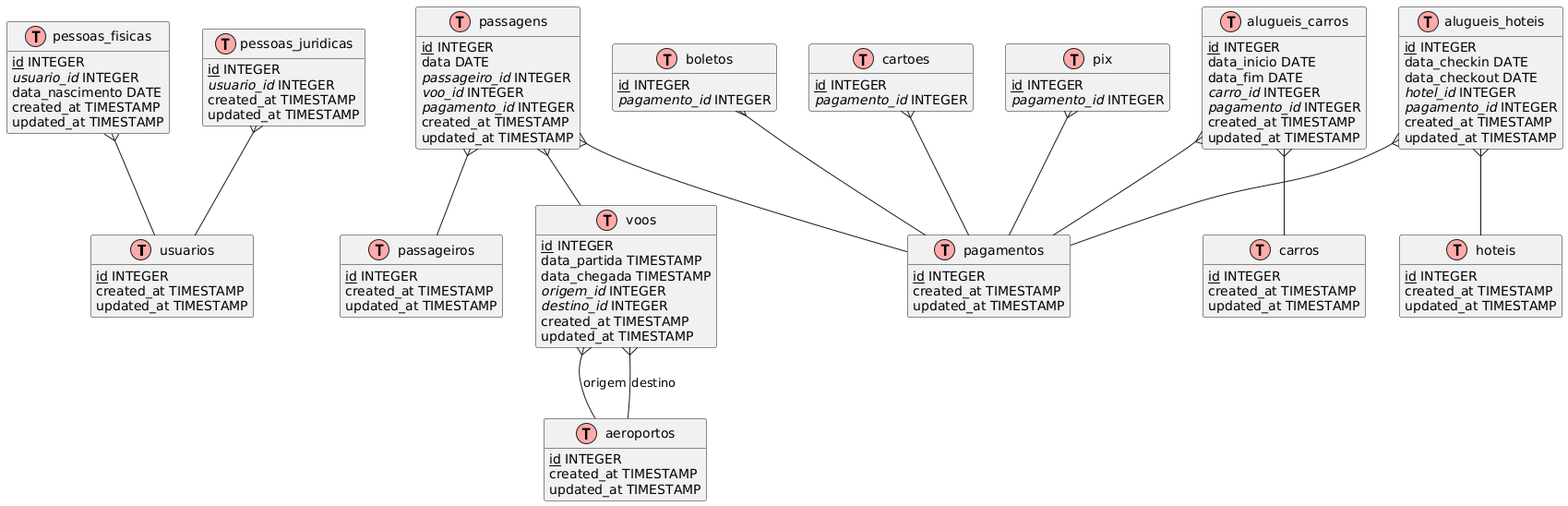
FauseSkyWalker/TPPE keeps this PlantUML diagram as Documentação/Fisico.png. Above is the earlier version. The source it was exported from:
```plantuml
@startuml
!define table(x) class x << (T,#FFAAAA) >>
!define primary_key(x) <u>x</u>
!define foreign_key(x) <i>x</i>

hide methods
hide stereotypes

table(usuarios) {
  primary_key(id) INTEGER
  nome VARCHAR(100)
  email VARCHAR(100)
  senha VARCHAR(100)
  created_at TIMESTAMP
  updated_at TIMESTAMP
}

table(pessoas_fisicas) {
  primary_key(id) INTEGER
  foreign_key(usuario_id) INTEGER
  cpf VARCHAR(11)
  data_nascimento DATE
  created_at TIMESTAMP
  updated_at TIMESTAMP
}

table(pessoas_juridicas) {
  primary_key(id) INTEGER
  foreign_key(usuario_id) INTEGER
  cnpj VARCHAR(14)
  razao_social VARCHAR(200)
  created_at TIMESTAMP
  updated_at TIMESTAMP
}

table(passageiros) {
  primary_key(id) INTEGER
  nome VARCHAR(100)
  documento VARCHAR(20)
  tipo_passageiro VARCHAR(10)
  created_at TIMESTAMP
  updated_at TIMESTAMP
}

table(aeroportos) {
  primary_key(id) INTEGER
  codigo VARCHAR(3)
  nome VARCHAR(100)
  cidade VARCHAR(100)
  created_at TIMESTAMP
  updated_at TIMESTAMP
}

table(voos) {
  primary_key(id) INTEGER
  numero VARCHAR(10)
  data_partida TIMESTAMP
  data_chegada TIMESTAMP
  foreign_key(origem_id) INTEGER
  foreign_key(destino_id) INTEGER
  created_at TIMESTAMP
  updated_at TIMESTAMP
}

table(passagens) {
  primary_key(id) INTEGER
  numero VARCHAR(20)
  valor DECIMAL(10,2)
  data DATE
  foreign_key(passageiro_id) INTEGER
  foreign_key(voo_id) INTEGER
  foreign_key(pagamento_id) INTEGER
  created_at TIMESTAMP
  updated_at TIMESTAMP
}

table(pagamentos) {
  primary_key(id) INTEGER
  valor DECIMAL(10,2)
  status VARCHAR(20)
  tipo VARCHAR(10)
  created_at TIMESTAMP
  updated_at TIMESTAMP
}

table(boletos) {
  primary_key(id) INTEGER
  foreign_key(pagamento_id) INTEGER
  codigo_barras VARCHAR(48)
}

table(cartoes) {
  primary_key(id) INTEGER
  foreign_key(pagamento_id) INTEGER
  numero VARCHAR(16)
  validade VARCHAR(7)
  cvv VARCHAR(3)
}

table(pix) {
  primary_key(id) INTEGER
  foreign_key(pagamento_id) INTEGER
  chave VARCHAR(100)
}

table(carros) {
  primary_key(id) INTEGER
  modelo VARCHAR(100)
  placa VARCHAR(7)
  valor_diaria DECIMAL(10,2)
  created_at TIMESTAMP
  updated_at TIMESTAMP
}

table(hoteis) {
  primary_key(id) INTEGER
  nome VARCHAR(100)
  endereco VARCHAR(200)
  valor_diaria DECIMAL(10,2)
  created_at TIMESTAMP
  updated_at TIMESTAMP
}

table(alugueis_carros) {
  primary_key(id) INTEGER
  data_inicio DATE
  data_fim DATE
  valor DECIMAL(10,2)
  foreign_key(carro_id) INTEGER
  foreign_key(pagamento_id) INTEGER
  created_at TIMESTAMP
  updated_at TIMESTAMP
}

table(alugueis_hoteis) {
  primary_key(id) INTEGER
  data_checkin DATE
  data_checkout DATE
  valor DECIMAL(10,2)
  foreign_key(hotel_id) INTEGER
  foreign_key(pagamento_id) INTEGER
  created_at TIMESTAMP
  updated_at TIMESTAMP
}

pessoas_fisicas }-- usuarios
pessoas_juridicas }-- usuarios

passagens }-- passageiros
passagens }-- voos
passagens }-- pagamentos

voos }-- aeroportos : origem
voos }-- aeroportos : destino

boletos }-- pagamentos
cartoes }-- pagamentos
pix }-- pagamentos

alugueis_carros }-- carros
alugueis_carros }-- pagamentos

alugueis_hoteis }-- hoteis
alugueis_hoteis }-- pagamentos
@enduml
```
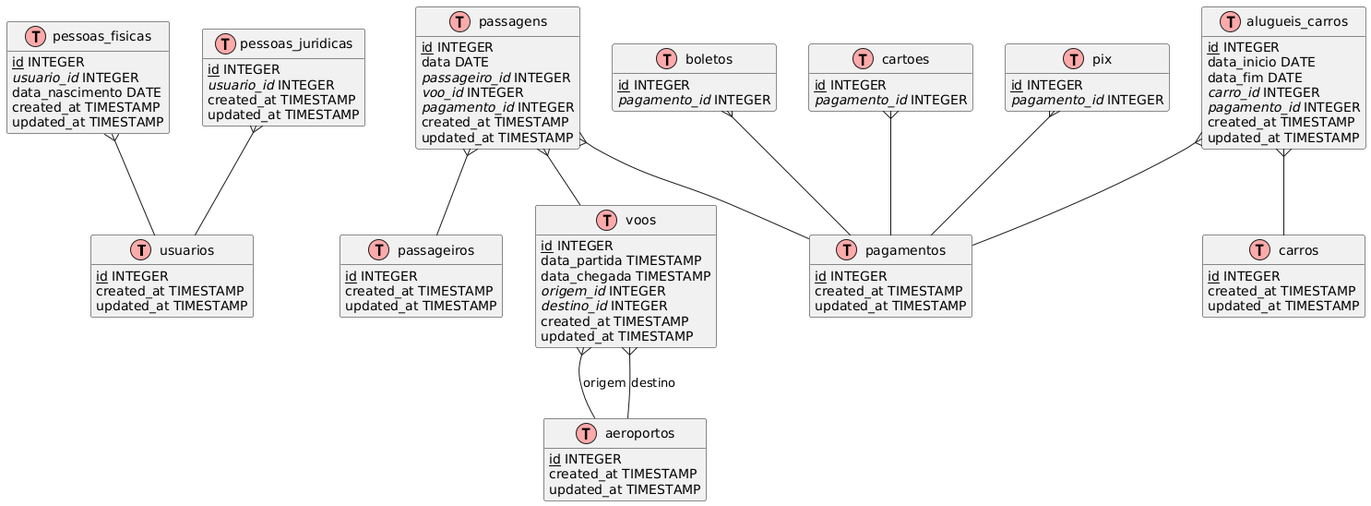
The same file after the commit.

Commit message:
Docs(Diagramas):Organizando documentação

What changed in the source:
```diff
@@ -112,32 +112,12 @@
   updated_at TIMESTAMP
 }
 
-table(hoteis) {
-  primary_key(id) INTEGER
-  nome VARCHAR(100)
-  endereco VARCHAR(200)
-  valor_diaria DECIMAL(10,2)
-  created_at TIMESTAMP
-  updated_at TIMESTAMP
-}
-
 table(alugueis_carros) {
   primary_key(id) INTEGER
   data_inicio DATE
   data_fim DATE
   valor DECIMAL(10,2)
   foreign_key(carro_id) INTEGER
-  foreign_key(pagamento_id) INTEGER
-  created_at TIMESTAMP
-  updated_at TIMESTAMP
-}
-
-table(alugueis_hoteis) {
-  primary_key(id) INTEGER
-  data_checkin DATE
-  data_checkout DATE
-  valor DECIMAL(10,2)
-  foreign_key(hotel_id) INTEGER
   foreign_key(pagamento_id) INTEGER
   created_at TIMESTAMP
   updated_at TIMESTAMP
@@ -159,7 +139,4 @@
 
 alugueis_carros }-- carros
 alugueis_carros }-- pagamentos
-
-alugueis_hoteis }-- hoteis
-alugueis_hoteis }-- pagamentos
 @enduml
```
